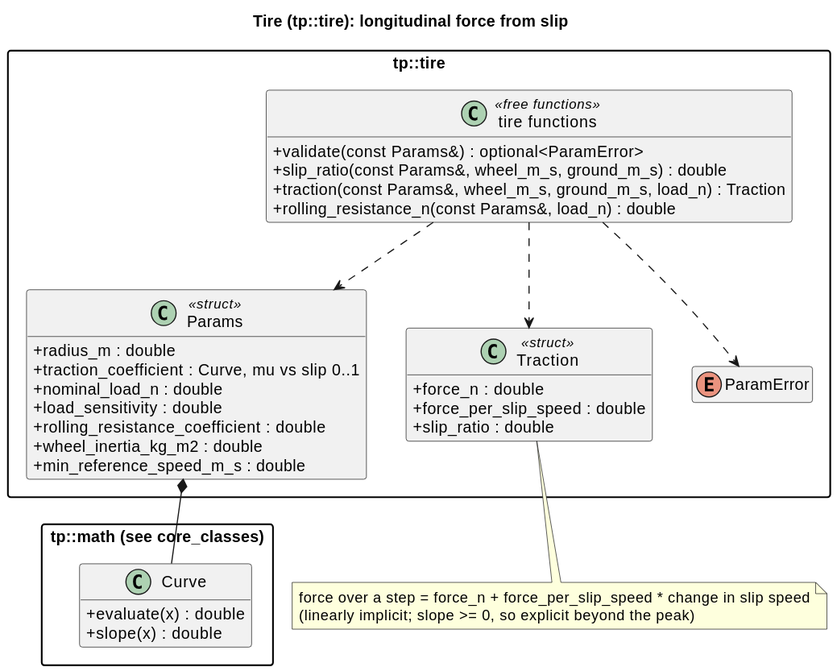
Before: docs/diagrams/svg/tire_classes.svg, a diagram exported from PlantUML (wversteeg/TractorPulling). Its diagram source:
```plantuml
@startuml
title Tire (tp::tire): longitudinal force from slip
hide empty members
skinparam packageStyle rectangle
skinparam classAttributeIconSize 0

package "tp::math (see core_classes)" {
  class Curve {
    +evaluate(x) : double
    +slope(x) : double
  }
}

package "tp::tire" {
  class Params <<struct>> {
    +radius_m : double
    +traction_coefficient : Curve, mu vs slip 0..1
    +nominal_load_n : double
    +load_sensitivity : double
    +rolling_resistance_coefficient : double
    +wheel_inertia_kg_m2 : double
    +min_reference_speed_m_s : double
  }
  class Traction <<struct>> {
    +force_n : double
    +force_per_slip_speed : double
    +slip_ratio : double
  }
  enum ParamError
  class "tire functions" as TireFns <<free functions>> {
    +validate(const Params&) : optional<ParamError>
    +slip_ratio(const Params&, wheel_m_s, ground_m_s) : double
    +traction(const Params&, wheel_m_s, ground_m_s, load_n) : Traction
    +rolling_resistance_n(const Params&, load_n) : double
  }
  Params *-- Curve
  TireFns ..> Params
  TireFns ..> Traction
  TireFns ..> ParamError
}
note bottom of Traction
  force over a step = force_n + force_per_slip_speed * change in slip speed
  (linearly implicit; slope >= 0, so explicit beyond the peak)
end note
@enduml
```
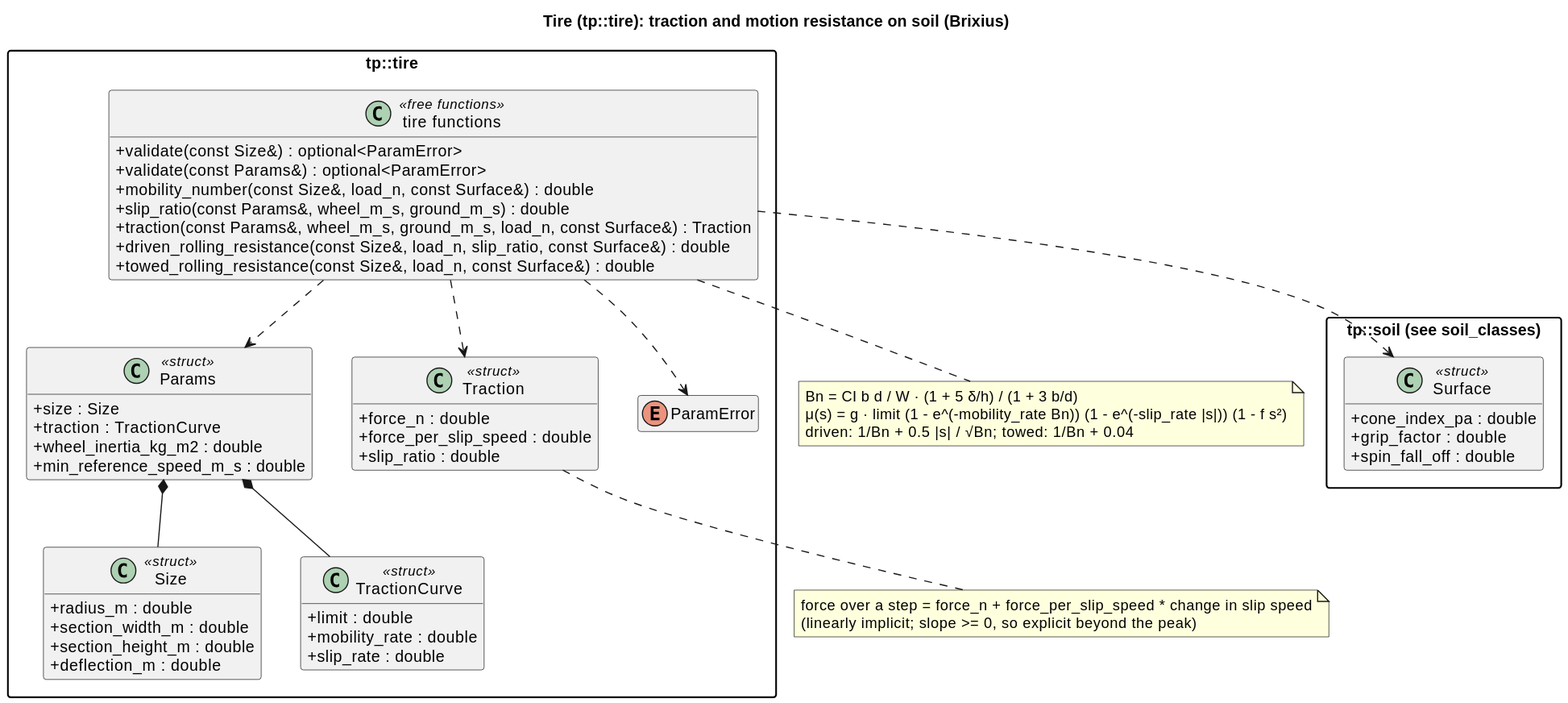
Later version of the same file.

Change to the diagram source:
```diff
@@ -1,23 +1,32 @@
 @startuml
-title Tire (tp::tire): longitudinal force from slip
+title Tire (tp::tire): traction and motion resistance on soil (Brixius)
 hide empty members
 skinparam packageStyle rectangle
 skinparam classAttributeIconSize 0
 
-package "tp::math (see core_classes)" {
-  class Curve {
-    +evaluate(x) : double
-    +slope(x) : double
+package "tp::soil (see soil_classes)" {
+  class Surface <<struct>> {
+    +cone_index_pa : double
+    +grip_factor : double
+    +spin_fall_off : double
   }
 }
 
 package "tp::tire" {
+  class Size <<struct>> {
+    +radius_m : double
+    +section_width_m : double
+    +section_height_m : double
+    +deflection_m : double
+  }
+  class TractionCurve <<struct>> {
+    +limit : double
+    +mobility_rate : double
+    +slip_rate : double
+  }
   class Params <<struct>> {
-    +radius_m : double
-    +traction_coefficient : Curve, mu vs slip 0..1
-    +nominal_load_n : double
-    +load_sensitivity : double
-    +rolling_resistance_coefficient : double
+    +size : Size
+    +traction : TractionCurve
     +wheel_inertia_kg_m2 : double
     +min_reference_speed_m_s : double
   }
@@ -28,16 +37,26 @@
   }
   enum ParamError
   class "tire functions" as TireFns <<free functions>> {
+    +validate(const Size&) : optional<ParamError>
     +validate(const Params&) : optional<ParamError>
+    +mobility_number(const Size&, load_n, const Surface&) : double
     +slip_ratio(const Params&, wheel_m_s, ground_m_s) : double
-    +traction(const Params&, wheel_m_s, ground_m_s, load_n) : Traction
-    +rolling_resistance_n(const Params&, load_n) : double
+    +traction(const Params&, wheel_m_s, ground_m_s, load_n, const Surface&) : Traction
+    +driven_rolling_resistance(const Size&, load_n, slip_ratio, const Surface&) : double
+    +towed_rolling_resistance(const Size&, load_n, const Surface&) : double
   }
-  Params *-- Curve
+  Params *-- Size
+  Params *-- TractionCurve
   TireFns ..> Params
   TireFns ..> Traction
   TireFns ..> ParamError
+  TireFns ..> Surface
 }
+note bottom of TireFns
+  Bn = CI b d / W · (1 + 5 δ/h) / (1 + 3 b/d)
+  μ(s) = g · limit (1 - e^(-mobility_rate Bn)) (1 - e^(-slip_rate |s|)) (1 - f s²)
+  driven: 1/Bn + 0.5 |s| / √Bn;  towed: 1/Bn + 0.04
+end note
 note bottom of Traction
   force over a step = force_n + force_per_slip_speed * change in slip speed
   (linearly implicit; slope >= 0, so explicit beyond the peak)
```
